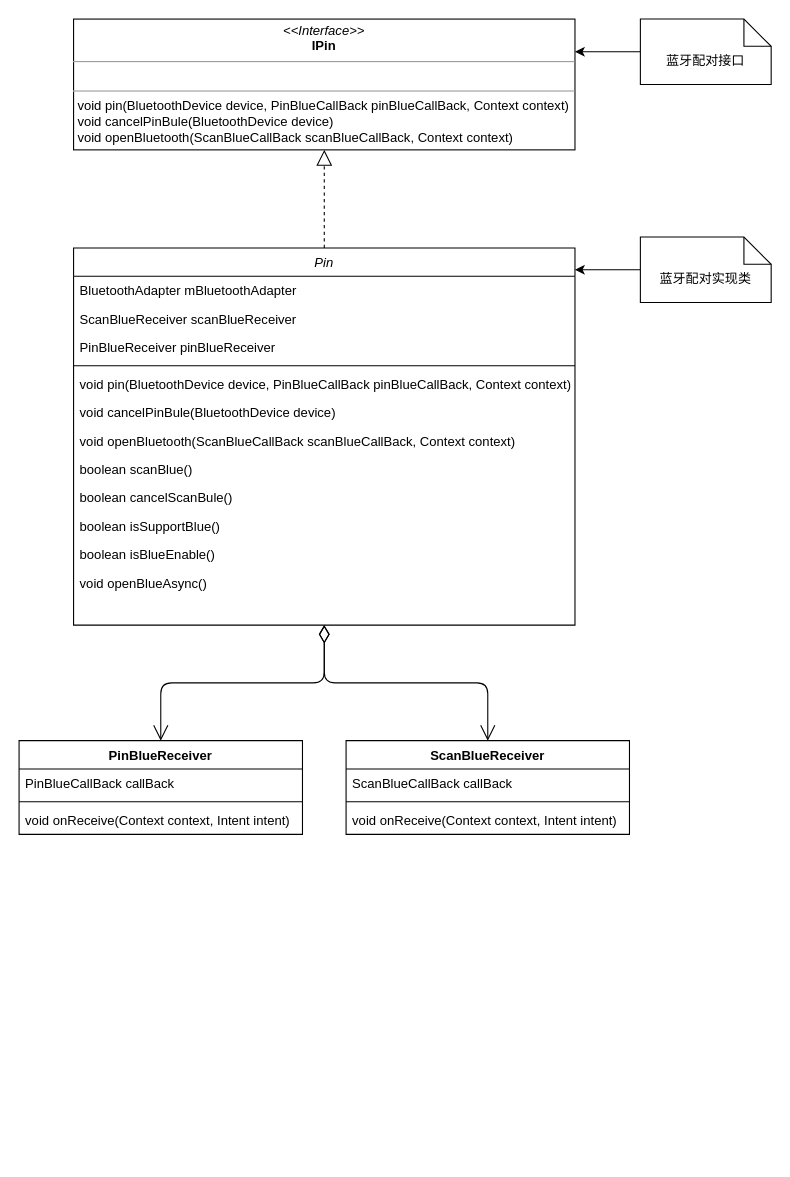
Earlier version of the draw.io diagram mbluetooth框架设计类图0.drawio (ColonelDarcy2018/excelsior). Source tidied: cells renumbered, new cells numbered last; positions are measured from the earlier drawing's top-left corner, leaving out a move shared by most shapes. Both pictures are drawn from the tidied source at 109%, with x=0, y=0 at pixel (19, 19).
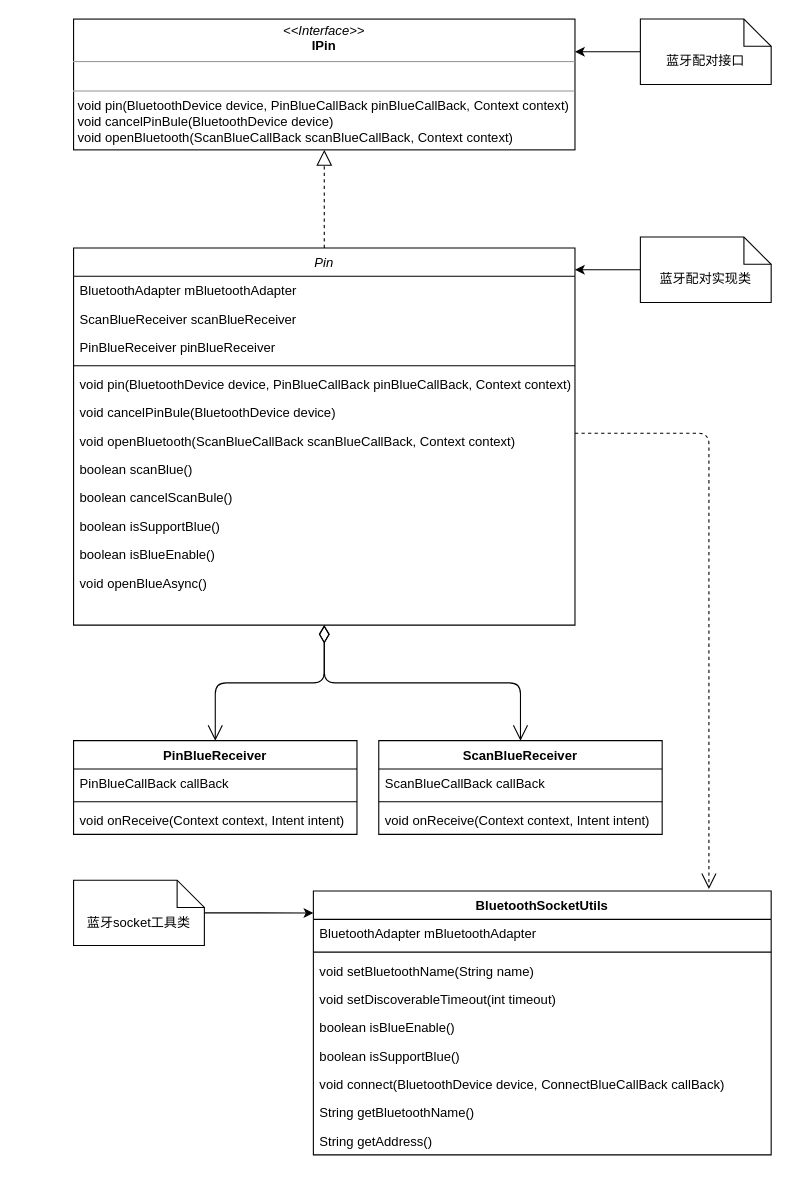
The same diagram, later.

Commit message:
Update mbluetooth框架设计类图0.drawio

Change to the diagram source:
```diff
@@
     <mxCell id="21" value="ScanBlueReceiver" style="swimlane;fontStyle=1;align=center;verticalAlign=top;horizontal=1;startSize=26;" parent="1" vertex="1">
-      <mxGeometry x="300" y="662" width="260" height="86" as="geometry" />
+      <mxGeometry x="330" y="662" width="260" height="86" as="geometry" />
     </mxCell>
@@
     <mxCell id="25" value="PinBlueReceiver" style="swimlane;fontStyle=1;align=center;verticalAlign=top;horizontal=1;startSize=26;" parent="1" vertex="1">
-      <mxGeometry y="662" width="260" height="86" as="geometry" />
+      <mxGeometry x="50" y="662" width="260" height="86" as="geometry" />
     </mxCell>
@@
+    <mxCell id="31" value="BluetoothSocketUtils" style="swimlane;fontStyle=1;align=center;verticalAlign=top;horizontal=1;startSize=26;" parent="1" vertex="1">
+      <mxGeometry x="270" y="800" width="420" height="242" as="geometry" />
+    </mxCell>
+    <mxCell id="32" value="BluetoothAdapter mBluetoothAdapter" style="text;strokeColor=none;fillColor=none;align=left;verticalAlign=top;spacingLeft=4;spacingRight=4;overflow=hidden;" parent="31" vertex="1">
+      <mxGeometry y="26" width="420" height="26" as="geometry" />
+    </mxCell>
+    <mxCell id="33" style="line;strokeWidth=1;fillColor=none;align=left;verticalAlign=middle;spacingTop=-1;spacingLeft=3;spacingRight=3;labelPosition=right;" parent="31" vertex="1">
+      <mxGeometry y="52" width="420" height="8" as="geometry" />
+    </mxCell>
+    <mxCell id="34" value="void setBluetoothName(String name)" style="text;strokeColor=none;fillColor=none;align=left;verticalAlign=top;spacingLeft=4;spacingRight=4;overflow=hidden;" parent="31" vertex="1">
+      <mxGeometry y="60" width="420" height="26" as="geometry" />
+    </mxCell>
+    <mxCell id="35" value="void setDiscoverableTimeout(int timeout)" style="text;strokeColor=none;fillColor=none;align=left;verticalAlign=top;spacingLeft=4;spacingRight=4;overflow=hidden;" parent="31" vertex="1">
+      <mxGeometry y="86" width="420" height="26" as="geometry" />
+    </mxCell>
+    <mxCell id="36" value="boolean isBlueEnable()" style="text;strokeColor=none;fillColor=none;align=left;verticalAlign=top;spacingLeft=4;spacingRight=4;overflow=hidden;" parent="31" vertex="1">
+      <mxGeometry y="112" width="420" height="26" as="geometry" />
+    </mxCell>
+    <mxCell id="37" value="boolean isSupportBlue()" style="text;strokeColor=none;fillColor=none;align=left;verticalAlign=top;spacingLeft=4;spacingRight=4;overflow=hidden;" parent="31" vertex="1">
+      <mxGeometry y="138" width="420" height="26" as="geometry" />
+    </mxCell>
+    <mxCell id="38" value="void connect(BluetoothDevice device, ConnectBlueCallBack callBack)" style="text;strokeColor=none;fillColor=none;align=left;verticalAlign=top;spacingLeft=4;spacingRight=4;overflow=hidden;" parent="31" vertex="1">
+      <mxGeometry y="164" width="420" height="26" as="geometry" />
+    </mxCell>
+    <mxCell id="39" value="String getBluetoothName()" style="text;strokeColor=none;fillColor=none;align=left;verticalAlign=top;spacingLeft=4;spacingRight=4;overflow=hidden;" parent="31" vertex="1">
+      <mxGeometry y="190" width="420" height="26" as="geometry" />
+    </mxCell>
+    <mxCell id="40" value="String getAddress()" style="text;strokeColor=none;fillColor=none;align=left;verticalAlign=top;spacingLeft=4;spacingRight=4;overflow=hidden;" parent="31" vertex="1">
+      <mxGeometry y="216" width="420" height="26" as="geometry" />
+    </mxCell>
+    <mxCell id="41" style="edgeStyle=orthogonalEdgeStyle;rounded=0;jettySize=auto;html=1;entryX=0;entryY=0.083;entryDx=0;entryDy=0;entryPerimeter=0;" parent="1" edge="1" source="42" target="31">
+      <mxGeometry relative="1" as="geometry" />
+    </mxCell>
+    <mxCell id="42" value="蓝牙socket工具类" style="shape=note2;boundedLbl=1;whiteSpace=wrap;html=1;size=25;verticalAlign=top;align=center;" parent="1" vertex="1">
+      <mxGeometry x="50" y="790" width="120" height="60" as="geometry" />
+    </mxCell>
+    <mxCell id="43" value="&lt;br&gt;" style="endArrow=open;endSize=12;dashed=1;html=1;entryX=0.864;entryY=-0.008;entryDx=0;entryDy=0;entryPerimeter=0;edgeStyle=orthogonalEdgeStyle;" parent="1" edge="1" target="31">
+      <mxGeometry relative="1" as="geometry">
+        <mxPoint x="510" y="380" as="sourcePoint" />
+        <Array as="points">
+          <mxPoint x="633" y="380" />
+        </Array>
+      </mxGeometry>
+    </mxCell>
```
